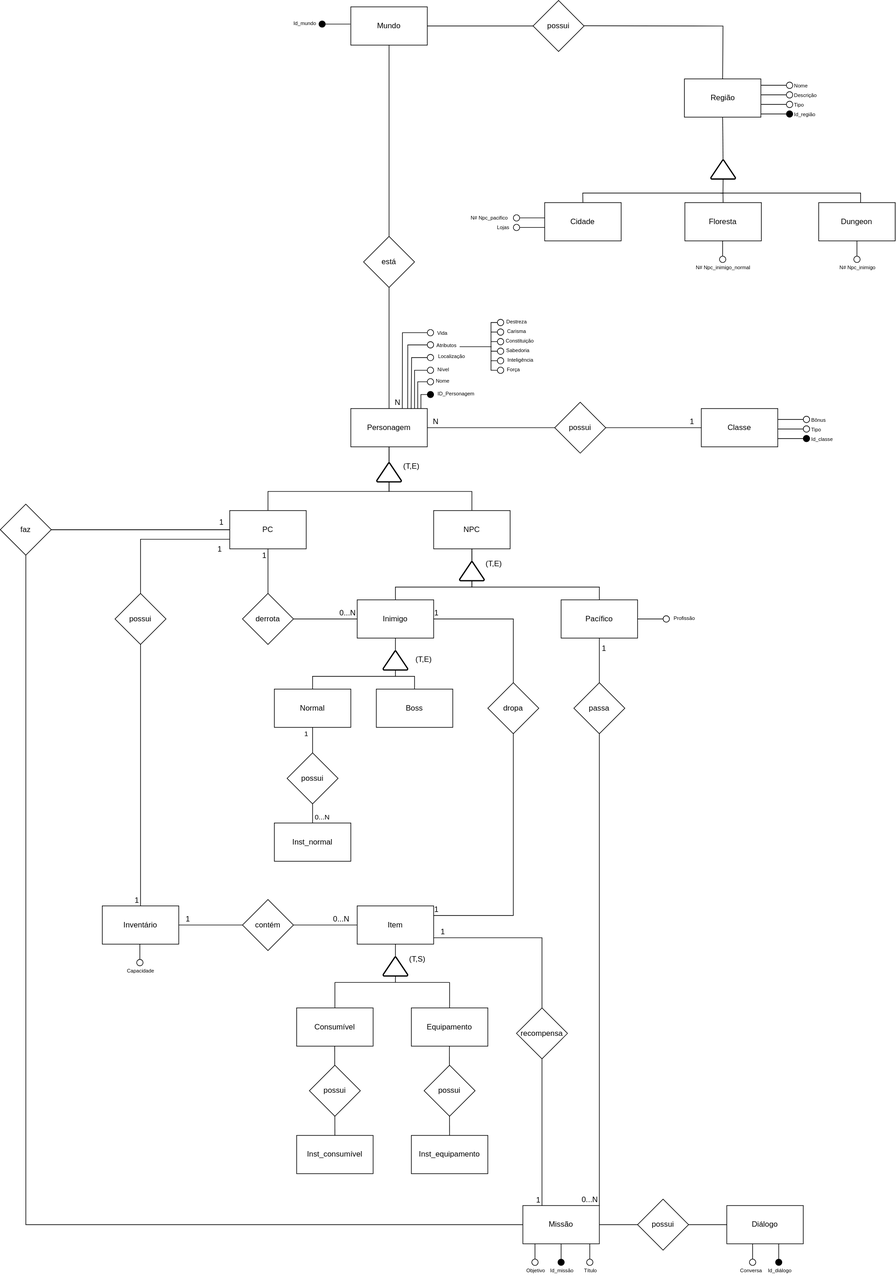
The draw.io diagram docs/modulo_01/DER.drawio.svg in SBD1/2024.2-D-D-classico, before a commit. Source tidied: cells renumbered, new cells last; positions are measured from the earlier drawing's top-left corner, leaving out a move shared by most shapes.
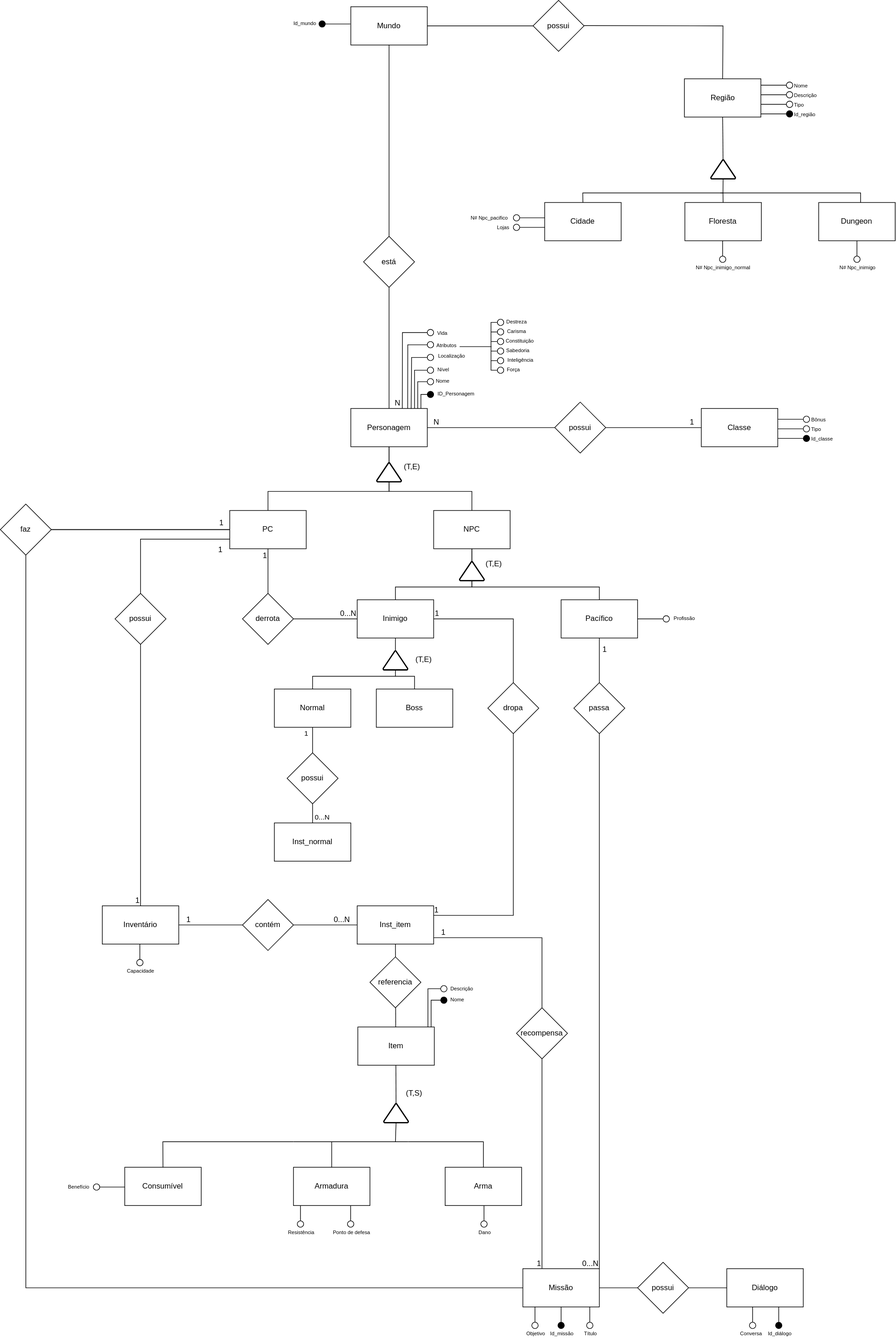
The same diagram one commit later.

Diff of the diagram source:
```diff
@@ -90,7 +90,7 @@
     <mxCell id="22" value="dropa" style="rhombus;whiteSpace=wrap;html=1;rounded=0;" parent="1" vertex="1">
       <mxGeometry x="765" y="1070" width="80" height="80" as="geometry" />
     </mxCell>
-    <mxCell id="23" value="Item" style="whiteSpace=wrap;html=1;rounded=0;" parent="1" vertex="1">
+    <mxCell id="23" value="Inst_item" style="whiteSpace=wrap;html=1;rounded=0;" parent="1" vertex="1">
       <mxGeometry x="560" y="1420" width="120" height="60" as="geometry" />
     </mxCell>
     <mxCell id="24" value="contém" style="rhombus;whiteSpace=wrap;html=1;rounded=0;" parent="1" vertex="1">
@@ -109,7 +109,7 @@
       <mxGeometry y="790" width="80" height="80" as="geometry" />
     </mxCell>
     <mxCell id="29" value="Missão" style="rounded=0;whiteSpace=wrap;html=1;" parent="1" vertex="1">
-      <mxGeometry x="820" y="1890" width="120" height="60" as="geometry" />
+      <mxGeometry x="820" y="1989" width="120" height="60" as="geometry" />
     </mxCell>
     <mxCell id="30" style="edgeStyle=orthogonalEdgeStyle;rounded=0;jettySize=auto;html=1;exitX=0.5;exitY=1;exitDx=0;exitDy=0;entryX=1;entryY=0;entryDx=0;entryDy=0;endArrow=none;endFill=0;" parent="1" edge="1" source="31" target="29">
       <mxGeometry relative="1" as="geometry" />
@@ -240,7 +240,7 @@
       <mxGeometry x="1" relative="1" as="geometry" />
     </mxCell>
     <mxCell id="59" value="0...N" style="html=1;whiteSpace=wrap;align=right;verticalAlign=bottom;" parent="1" vertex="1">
-      <mxGeometry x="940" y="1890" as="geometry" />
+      <mxGeometry x="940" y="1989" as="geometry" />
     </mxCell>
     <mxCell id="60" value="1" style="html=1;whiteSpace=wrap;align=right;verticalAlign=bottom;" parent="1" vertex="1">
       <mxGeometry x="980" y="1030" as="geometry">
@@ -277,40 +277,44 @@
       <mxGeometry x="650" y="1020" width="60" height="30" as="geometry" />
     </mxCell>
     <mxCell id="68" value="Consumível" style="whiteSpace=wrap;html=1;rounded=0;" parent="1" vertex="1">
-      <mxGeometry x="465" y="1580" width="120" height="60" as="geometry" />
+      <mxGeometry x="195.2" y="1830" width="120" height="60" as="geometry" />
     </mxCell>
-    <mxCell id="69" value="Equipamento" style="whiteSpace=wrap;html=1;rounded=0;" parent="1" vertex="1">
-      <mxGeometry x="645" y="1580" width="120" height="60" as="geometry" />
+    <mxCell id="69" value="Arma" style="whiteSpace=wrap;html=1;rounded=0;" parent="1" vertex="1">
+      <mxGeometry x="698" y="1830" width="120" height="60" as="geometry" />
     </mxCell>
     <mxCell id="70" style="endArrow=none;html=1;rounded=0;exitX=0.5;exitY=1;exitDx=0;exitDy=0;" parent="1" edge="1" source="81">
       <mxGeometry relative="1" as="geometry">
-        <mxPoint x="620" y="1540" as="targetPoint" />
+        <mxPoint x="620" y="1790" as="targetPoint" />
       </mxGeometry>
     </mxCell>
     <mxCell id="71" style="endArrow=none;html=1;rounded=0;" parent="1" edge="1">
       <mxGeometry relative="1" as="geometry">
-        <mxPoint x="525" y="1540" as="sourcePoint" />
-        <mxPoint x="705" y="1540" as="targetPoint" />
+        <mxPoint x="460" y="1790" as="sourcePoint" />
+        <mxPoint x="640" y="1790" as="targetPoint" />
         <Array as="points">
-          <mxPoint x="705" y="1540" />
+          <mxPoint x="640" y="1790" />
         </Array>
       </mxGeometry>
     </mxCell>
     <mxCell id="72" style="endArrow=none;html=1;rounded=0;exitX=0.5;exitY=0;exitDx=0;exitDy=0;" parent="1" edge="1" source="68">
       <mxGeometry relative="1" as="geometry">
-        <mxPoint x="525" y="1540" as="targetPoint" />
+        <mxPoint x="460" y="1790" as="targetPoint" />
+        <Array as="points">
+          <mxPoint x="255" y="1790" />
+        </Array>
       </mxGeometry>
     </mxCell>
     <mxCell id="73" style="endArrow=none;html=1;rounded=0;entryX=0.5;entryY=0;entryDx=0;entryDy=0;" parent="1" edge="1" target="69">
       <mxGeometry relative="1" as="geometry">
-        <mxPoint x="705" y="1540" as="sourcePoint" />
+        <mxPoint x="640" y="1790" as="sourcePoint" />
         <Array as="points">
-          <mxPoint x="705" y="1540" />
+          <mxPoint x="640" y="1790" />
+          <mxPoint x="758" y="1790" />
         </Array>
       </mxGeometry>
     </mxCell>
     <mxCell id="74" value="(T,S)" style="text;whiteSpace=wrap;html=1;" parent="1" vertex="1">
-      <mxGeometry x="640" y="1490" width="60" height="30" as="geometry" />
+      <mxGeometry x="635" y="1700" width="60" height="30" as="geometry" />
     </mxCell>
     <mxCell id="75" style="endArrow=none;html=1;rounded=0;entryX=0;entryY=0.75;entryDx=0;entryDy=0;exitX=0.5;exitY=0;exitDx=0;exitDy=0;" parent="1" edge="1" source="20" target="10">
       <mxGeometry relative="1" as="geometry">
@@ -337,7 +341,7 @@
       <mxGeometry relative="1" as="geometry" />
     </mxCell>
     <mxCell id="81" style="strokeWidth=2;html=1;shape=mxgraph.flowchart.extract_or_measurement;whiteSpace=wrap;" parent="1" vertex="1">
-      <mxGeometry x="600.8" y="1500" width="38.5" height="30" as="geometry" />
+      <mxGeometry x="601.8" y="1730" width="38.5" height="30" as="geometry" />
     </mxCell>
     <mxCell id="82" value="N" style="html=1;whiteSpace=wrap;align=right;verticalAlign=bottom;" parent="1" vertex="1">
       <mxGeometry x="629.2" y="640" as="geometry" />
@@ -645,40 +649,17 @@
     <mxCell id="149" style="endArrow=none;html=1;rounded=0;entryX=0.5;entryY=1;entryDx=0;entryDy=0;" parent="1" edge="1" source="122" target="100">
       <mxGeometry relative="1" as="geometry" />
     </mxCell>
-    <mxCell id="150" value="Inst_consumível" style="whiteSpace=wrap;html=1;rounded=0;" parent="1" vertex="1">
-      <mxGeometry x="465" y="1780" width="120" height="60" as="geometry" />
-    </mxCell>
-    <mxCell id="151" value="Inst_equipamento" style="whiteSpace=wrap;html=1;rounded=0;" parent="1" vertex="1">
-      <mxGeometry x="645" y="1780" width="120" height="60" as="geometry" />
-    </mxCell>
-    <mxCell id="152" style="endArrow=none;html=1;rounded=0;exitX=0.5;exitY=0;exitDx=0;exitDy=0;" parent="1" edge="1" source="150">
-      <mxGeometry relative="1" as="geometry">
-        <mxPoint x="524.8" y="1640" as="targetPoint" />
-      </mxGeometry>
-    </mxCell>
-    <mxCell id="153" style="endArrow=none;html=1;rounded=0;exitX=0.5;exitY=0;exitDx=0;exitDy=0;" parent="1" edge="1">
-      <mxGeometry relative="1" as="geometry">
-        <mxPoint x="705" y="1780" as="sourcePoint" />
-        <mxPoint x="704.7" y="1640" as="targetPoint" />
-      </mxGeometry>
-    </mxCell>
-    <mxCell id="154" value="possui" style="rhombus;whiteSpace=wrap;html=1;rounded=0;" parent="1" vertex="1">
-      <mxGeometry x="485" y="1670" width="80" height="80" as="geometry" />
-    </mxCell>
-    <mxCell id="155" value="possui" style="rhombus;whiteSpace=wrap;html=1;rounded=0;" parent="1" vertex="1">
-      <mxGeometry x="665" y="1670" width="80" height="80" as="geometry" />
-    </mxCell>
     <mxCell id="156" style="edgeStyle=orthogonalEdgeStyle;rounded=0;jettySize=auto;html=1;exitX=0;exitY=0.5;exitDx=0;exitDy=0;entryX=1;entryY=0.5;entryDx=0;entryDy=0;endArrow=none;endFill=0;" parent="1" edge="1" source="157" target="29">
       <mxGeometry relative="1" as="geometry" />
     </mxCell>
     <mxCell id="157" value="possui" style="rhombus;whiteSpace=wrap;html=1;rounded=0;" parent="1" vertex="1">
-      <mxGeometry x="1000" y="1880" width="80" height="80" as="geometry" />
+      <mxGeometry x="1000" y="1979" width="80" height="80" as="geometry" />
     </mxCell>
     <mxCell id="158" style="edgeStyle=orthogonalEdgeStyle;rounded=0;jettySize=auto;html=1;exitX=0;exitY=0.5;exitDx=0;exitDy=0;entryX=1;entryY=0.5;entryDx=0;entryDy=0;strokeColor=default;endArrow=none;endFill=0;" parent="1" edge="1" source="159" target="157">
       <mxGeometry relative="1" as="geometry" />
     </mxCell>
     <mxCell id="159" value="Diálogo" style="whiteSpace=wrap;html=1;rounded=0;" parent="1" vertex="1">
-      <mxGeometry x="1140" y="1890" width="120" height="60" as="geometry" />
+      <mxGeometry x="1140" y="1989" width="120" height="60" as="geometry" />
     </mxCell>
     <mxCell id="160" style="endArrow=none;html=1;rounded=0;exitX=1;exitY=0.25;exitDx=0;exitDy=0;" parent="1" edge="1">
       <mxGeometry relative="1" as="geometry">
@@ -766,64 +747,64 @@
       <mxGeometry x="695" y="516" width="20" height="10" as="geometry" />
     </mxCell>
     <mxCell id="181" style="ellipse;whiteSpace=wrap;html=1;" parent="1" vertex="1">
-      <mxGeometry x="834" y="1974" width="10" height="10" as="geometry" />
+      <mxGeometry x="834" y="2073" width="10" height="10" as="geometry" />
     </mxCell>
     <mxCell id="182" style="endArrow=none;html=1;rounded=0;" parent="1" edge="1">
       <mxGeometry relative="1" as="geometry">
-        <mxPoint x="839" y="1974" as="sourcePoint" />
-        <mxPoint x="839" y="1950" as="targetPoint" />
+        <mxPoint x="839" y="2073" as="sourcePoint" />
+        <mxPoint x="839" y="2049" as="targetPoint" />
       </mxGeometry>
     </mxCell>
     <mxCell id="183" value="&lt;div style=&quot;&quot;&gt;&lt;span style=&quot;font-size: 8px; background-color: initial;&quot;&gt;Objetivo&lt;/span&gt;&lt;/div&gt;" style="text;html=1;align=center;verticalAlign=middle;strokeColor=none;fillColor=none;" parent="1" vertex="1">
-      <mxGeometry x="815" y="1976" width="50" height="30" as="geometry" />
+      <mxGeometry x="815" y="2075" width="50" height="30" as="geometry" />
     </mxCell>
     <mxCell id="184" style="ellipse;whiteSpace=wrap;html=1;fillColor=#000000;" parent="1" vertex="1">
-      <mxGeometry x="875" y="1974" width="10" height="10" as="geometry" />
+      <mxGeometry x="875" y="2073" width="10" height="10" as="geometry" />
     </mxCell>
     <mxCell id="185" style="endArrow=none;html=1;rounded=0;" parent="1" edge="1">
       <mxGeometry relative="1" as="geometry">
-        <mxPoint x="880" y="1974" as="sourcePoint" />
-        <mxPoint x="880" y="1950" as="targetPoint" />
+        <mxPoint x="880" y="2073" as="sourcePoint" />
+        <mxPoint x="880" y="2049" as="targetPoint" />
       </mxGeometry>
     </mxCell>
     <mxCell id="186" value="&lt;div style=&quot;&quot;&gt;&lt;span style=&quot;font-size: 8px; background-color: initial;&quot;&gt;Id_missão&lt;/span&gt;&lt;/div&gt;" style="text;html=1;align=center;verticalAlign=middle;strokeColor=none;fillColor=none;" parent="1" vertex="1">
-      <mxGeometry x="851" y="1976" width="60" height="30" as="geometry" />
+      <mxGeometry x="851" y="2075" width="60" height="30" as="geometry" />
     </mxCell>
     <mxCell id="187" style="ellipse;whiteSpace=wrap;html=1;" parent="1" vertex="1">
-      <mxGeometry x="920" y="1974" width="10" height="10" as="geometry" />
+      <mxGeometry x="920" y="2073" width="10" height="10" as="geometry" />
     </mxCell>
     <mxCell id="188" style="endArrow=none;html=1;rounded=0;" parent="1" edge="1">
       <mxGeometry relative="1" as="geometry">
-        <mxPoint x="925" y="1974" as="sourcePoint" />
-        <mxPoint x="925" y="1950" as="targetPoint" />
+        <mxPoint x="925" y="2073" as="sourcePoint" />
+        <mxPoint x="925" y="2049" as="targetPoint" />
       </mxGeometry>
     </mxCell>
     <mxCell id="189" value="&lt;div style=&quot;&quot;&gt;&lt;span style=&quot;font-size: 8px; background-color: initial;&quot;&gt;Título&lt;/span&gt;&lt;/div&gt;" style="text;html=1;align=center;verticalAlign=middle;strokeColor=none;fillColor=none;" parent="1" vertex="1">
-      <mxGeometry x="906" y="1976" width="40" height="30" as="geometry" />
+      <mxGeometry x="906" y="2075" width="40" height="30" as="geometry" />
     </mxCell>
     <mxCell id="190" style="ellipse;whiteSpace=wrap;html=1;" parent="1" vertex="1">
-      <mxGeometry x="1175.5" y="1974" width="10" height="10" as="geometry" />
+      <mxGeometry x="1175.5" y="2073" width="10" height="10" as="geometry" />
     </mxCell>
     <mxCell id="191" style="endArrow=none;html=1;rounded=0;" parent="1" edge="1">
       <mxGeometry relative="1" as="geometry">
-        <mxPoint x="1180.5" y="1974" as="sourcePoint" />
-        <mxPoint x="1180.5" y="1950" as="targetPoint" />
+        <mxPoint x="1180.5" y="2073" as="sourcePoint" />
+        <mxPoint x="1180.5" y="2049" as="targetPoint" />
       </mxGeometry>
     </mxCell>
     <mxCell id="192" value="&lt;div style=&quot;&quot;&gt;&lt;span style=&quot;font-size: 8px; background-color: initial;&quot;&gt;Conversa&lt;/span&gt;&lt;/div&gt;" style="text;html=1;align=center;verticalAlign=middle;strokeColor=none;fillColor=none;" parent="1" vertex="1">
-      <mxGeometry x="1147.5" y="1976" width="60" height="30" as="geometry" />
+      <mxGeometry x="1147.5" y="2075" width="60" height="30" as="geometry" />
     </mxCell>
     <mxCell id="193" style="ellipse;whiteSpace=wrap;html=1;fillColor=#000000;" parent="1" vertex="1">
-      <mxGeometry x="1216.5" y="1974" width="10" height="10" as="geometry" />
+      <mxGeometry x="1216.5" y="2073" width="10" height="10" as="geometry" />
     </mxCell>
     <mxCell id="194" style="endArrow=none;html=1;rounded=0;" parent="1" edge="1">
       <mxGeometry relative="1" as="geometry">
-        <mxPoint x="1221.5" y="1974" as="sourcePoint" />
-        <mxPoint x="1221.5" y="1950" as="targetPoint" />
+        <mxPoint x="1221.5" y="2073" as="sourcePoint" />
+        <mxPoint x="1221.5" y="2049" as="targetPoint" />
       </mxGeometry>
     </mxCell>
     <mxCell id="195" value="&lt;div style=&quot;&quot;&gt;&lt;span style=&quot;font-size: 8px; background-color: initial;&quot;&gt;Id_diálogo&lt;/span&gt;&lt;/div&gt;" style="text;html=1;align=center;verticalAlign=middle;strokeColor=none;fillColor=none;" parent="1" vertex="1">
-      <mxGeometry x="1192.5" y="1976" width="60" height="30" as="geometry" />
+      <mxGeometry x="1192.5" y="2075" width="60" height="30" as="geometry" />
     </mxCell>
     <mxCell id="196" style="endArrow=none;html=1;rounded=0;exitX=1;exitY=0.25;exitDx=0;exitDy=0;" parent="1" edge="1">
       <mxGeometry relative="1" as="geometry">
@@ -849,5 +830,95 @@
     <mxCell id="201" value="&lt;div style=&quot;&quot;&gt;&lt;span style=&quot;font-size: 8px;&quot;&gt;Capacidade&lt;/span&gt;&lt;/div&gt;" style="text;html=1;align=center;verticalAlign=middle;strokeColor=none;fillColor=none;" parent="1" vertex="1">
       <mxGeometry x="185" y="1506" width="70" height="30" as="geometry" />
     </mxCell>
+    <mxCell id="202" style="endArrow=none;html=1;rounded=0;entryX=0;entryY=0.5;entryDx=0;entryDy=0;" parent="1" edge="1" target="203">
+      <mxGeometry relative="1" as="geometry">
+        <mxPoint x="676" y="1610" as="sourcePoint" />
+        <Array as="points">
+          <mxPoint x="676" y="1568" />
+        </Array>
+      </mxGeometry>
+    </mxCell>
+    <mxCell id="203" style="ellipse;whiteSpace=wrap;html=1;fillColor=#000000;" parent="1" vertex="1">
+      <mxGeometry x="691" y="1563" width="10" height="10" as="geometry" />
+    </mxCell>
+    <mxCell id="204" value="&lt;div&gt;&lt;font style=&quot;font-size: 8px;&quot;&gt;Nome&lt;/font&gt;&lt;/div&gt;" style="text;html=1;align=center;verticalAlign=middle;strokeColor=none;fillColor=none;spacingTop=-4;spacing=-2;" parent="1" vertex="1">
+      <mxGeometry x="701" y="1562" width="31" height="12" as="geometry" />
+    </mxCell>
+    <mxCell id="205" value="&lt;div&gt;&lt;font style=&quot;font-size: 8px;&quot;&gt;Descrição&lt;/font&gt;&lt;/div&gt;" style="text;html=1;align=center;verticalAlign=middle;strokeColor=none;fillColor=none;fontSize=10;spacingTop=-2;spacing=-2;" parent="1" vertex="1">
+      <mxGeometry x="699" y="1545" width="50" height="10" as="geometry" />
+    </mxCell>
+    <mxCell id="206" style="endArrow=none;html=1;rounded=0;entryX=0;entryY=0.5;entryDx=0;entryDy=0;" parent="1" edge="1" target="207">
+      <mxGeometry relative="1" as="geometry">
+        <mxPoint x="671" y="1610" as="sourcePoint" />
+        <Array as="points">
+          <mxPoint x="671" y="1550" />
+        </Array>
+      </mxGeometry>
+    </mxCell>
+    <mxCell id="207" style="ellipse;whiteSpace=wrap;html=1;" parent="1" vertex="1">
+      <mxGeometry x="691" y="1545" width="10" height="10" as="geometry" />
+    </mxCell>
+    <mxCell id="208" value="&lt;font style=&quot;font-size: 8px;&quot;&gt;Benefício&lt;/font&gt;" style="text;html=1;align=right;verticalAlign=middle;strokeColor=none;fillColor=none;" parent="1" vertex="1">
+      <mxGeometry x="81" y="1845" width="60" height="30" as="geometry" />
+    </mxCell>
+    <mxCell id="209" style="endArrow=none;html=1;rounded=0;exitX=1;exitY=0.25;exitDx=0;exitDy=0;" parent="1" edge="1">
+      <mxGeometry relative="1" as="geometry">
+        <mxPoint x="155.2" y="1861" as="sourcePoint" />
+        <mxPoint x="195.2" y="1861" as="targetPoint" />
+      </mxGeometry>
+    </mxCell>
+    <mxCell id="210" style="ellipse;whiteSpace=wrap;html=1;" parent="1" vertex="1">
+      <mxGeometry x="146" y="1856" width="10" height="10" as="geometry" />
+    </mxCell>
+    <mxCell id="211" value="Item" style="whiteSpace=wrap;html=1;rounded=0;" parent="1" vertex="1">
+      <mxGeometry x="561" y="1610" width="120" height="60" as="geometry" />
+    </mxCell>
+    <mxCell id="212" value="referencia" style="rhombus;whiteSpace=wrap;html=1;rounded=0;" parent="1" vertex="1">
+      <mxGeometry x="580" y="1500" width="80" height="80" as="geometry" />
+    </mxCell>
+    <mxCell id="213" style="edgeStyle=orthogonalEdgeStyle;rounded=0;jettySize=auto;html=1;exitX=0.5;exitY=0;exitDx=0;exitDy=0;endArrow=none;endFill=0;" parent="1" edge="1" source="214">
+      <mxGeometry relative="1" as="geometry">
+        <mxPoint x="520" y="1790" as="targetPoint" />
+      </mxGeometry>
+    </mxCell>
+    <mxCell id="214" value="Armadura" style="whiteSpace=wrap;html=1;rounded=0;" parent="1" vertex="1">
+      <mxGeometry x="460" y="1830" width="120" height="60" as="geometry" />
+    </mxCell>
+    <mxCell id="215" style="ellipse;whiteSpace=wrap;html=1;" parent="1" vertex="1">
+      <mxGeometry x="544.8" y="1914" width="10" height="10" as="geometry" />
+    </mxCell>
+    <mxCell id="216" style="endArrow=none;html=1;rounded=0;" parent="1" edge="1">
+      <mxGeometry relative="1" as="geometry">
+        <mxPoint x="549.8" y="1914" as="sourcePoint" />
+        <mxPoint x="549.8" y="1890" as="targetPoint" />
+      </mxGeometry>
+    </mxCell>
+    <mxCell id="217" value="&lt;div style=&quot;&quot;&gt;&lt;span style=&quot;font-size: 8px;&quot;&gt;Ponto de defesa&lt;/span&gt;&lt;/div&gt;" style="text;html=1;align=center;verticalAlign=middle;strokeColor=none;fillColor=none;" parent="1" vertex="1">
+      <mxGeometry x="510.8" y="1916" width="80" height="30" as="geometry" />
+    </mxCell>
+    <mxCell id="218" style="ellipse;whiteSpace=wrap;html=1;" parent="1" vertex="1">
+      <mxGeometry x="466" y="1914" width="10" height="10" as="geometry" />
+    </mxCell>
+    <mxCell id="219" style="endArrow=none;html=1;rounded=0;" parent="1" edge="1">
+      <mxGeometry relative="1" as="geometry">
+        <mxPoint x="471" y="1914" as="sourcePoint" />
+        <mxPoint x="471" y="1890" as="targetPoint" />
+      </mxGeometry>
+    </mxCell>
+    <mxCell id="220" value="&lt;div style=&quot;&quot;&gt;&lt;span style=&quot;font-size: 8px; background-color: initial;&quot;&gt;Resistência&lt;/span&gt;&lt;/div&gt;" style="text;html=1;align=center;verticalAlign=middle;strokeColor=none;fillColor=none;" parent="1" vertex="1">
+      <mxGeometry x="442" y="1916" width="60" height="30" as="geometry" />
+    </mxCell>
+    <mxCell id="221" style="ellipse;whiteSpace=wrap;html=1;" parent="1" vertex="1">
+      <mxGeometry x="754" y="1914" width="10" height="10" as="geometry" />
+    </mxCell>
+    <mxCell id="222" style="endArrow=none;html=1;rounded=0;" parent="1" edge="1">
+      <mxGeometry relative="1" as="geometry">
+        <mxPoint x="759" y="1914" as="sourcePoint" />
+        <mxPoint x="759" y="1890" as="targetPoint" />
+      </mxGeometry>
+    </mxCell>
+    <mxCell id="223" value="&lt;div style=&quot;&quot;&gt;&lt;span style=&quot;font-size: 8px; background-color: initial;&quot;&gt;Dano&lt;/span&gt;&lt;/div&gt;" style="text;html=1;align=center;verticalAlign=middle;strokeColor=none;fillColor=none;" parent="1" vertex="1">
+      <mxGeometry x="740" y="1916" width="40" height="30" as="geometry" />
+    </mxCell>
   </root>
 </mxGraphModel>
```
